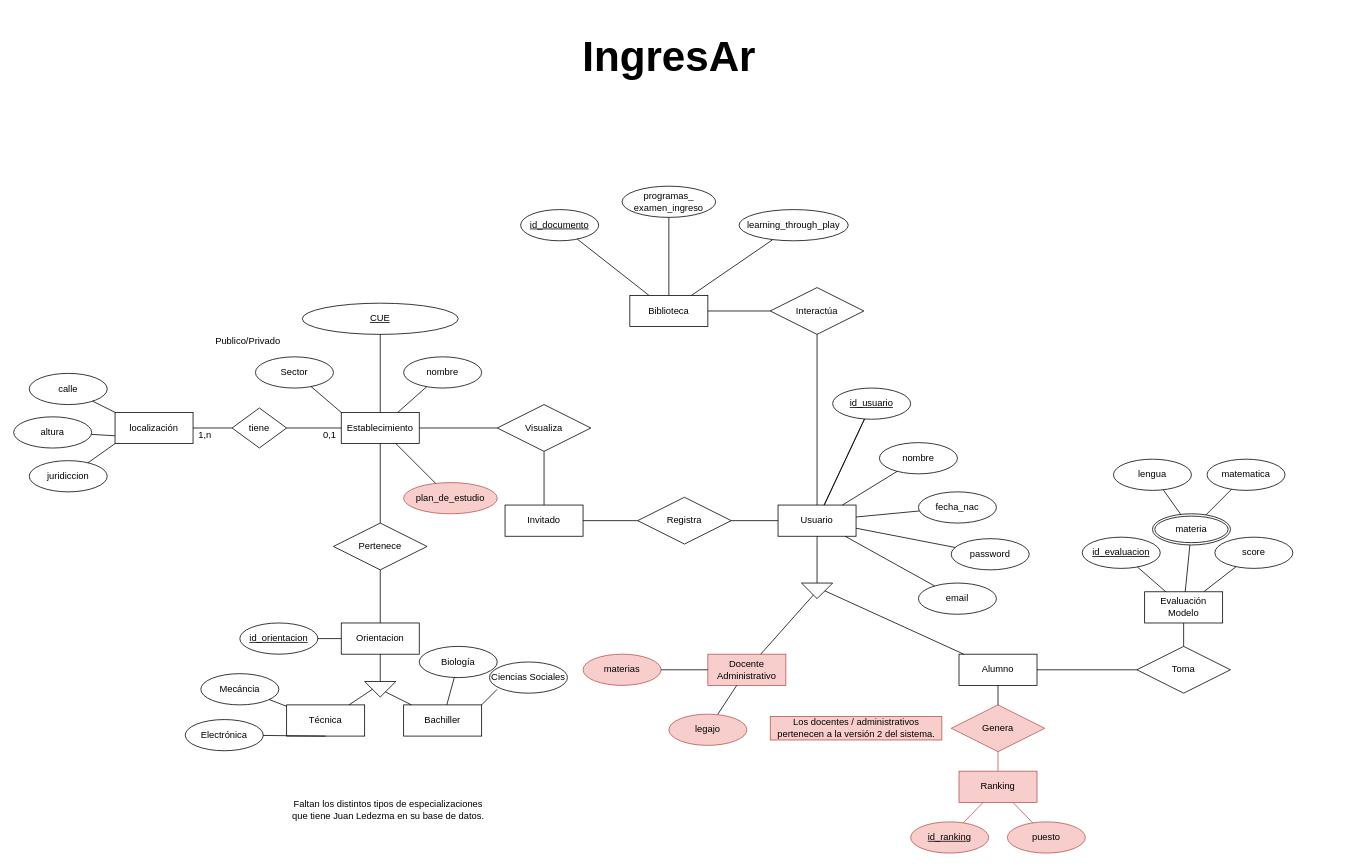
Ingres-Ar/Ingres.Ar keeps this draw.io diagram as page "MER" (1 of 3) of IngresAr.drawio. Above is the earlier version. Source tidied: cells renumbered, new cells numbered last; positions are measured from the earlier drawing's top-left corner, leaving out a move shared by most shapes. Both pictures are drawn from the tidied source at 78%, with x=0, y=0 at pixel (13, 13).
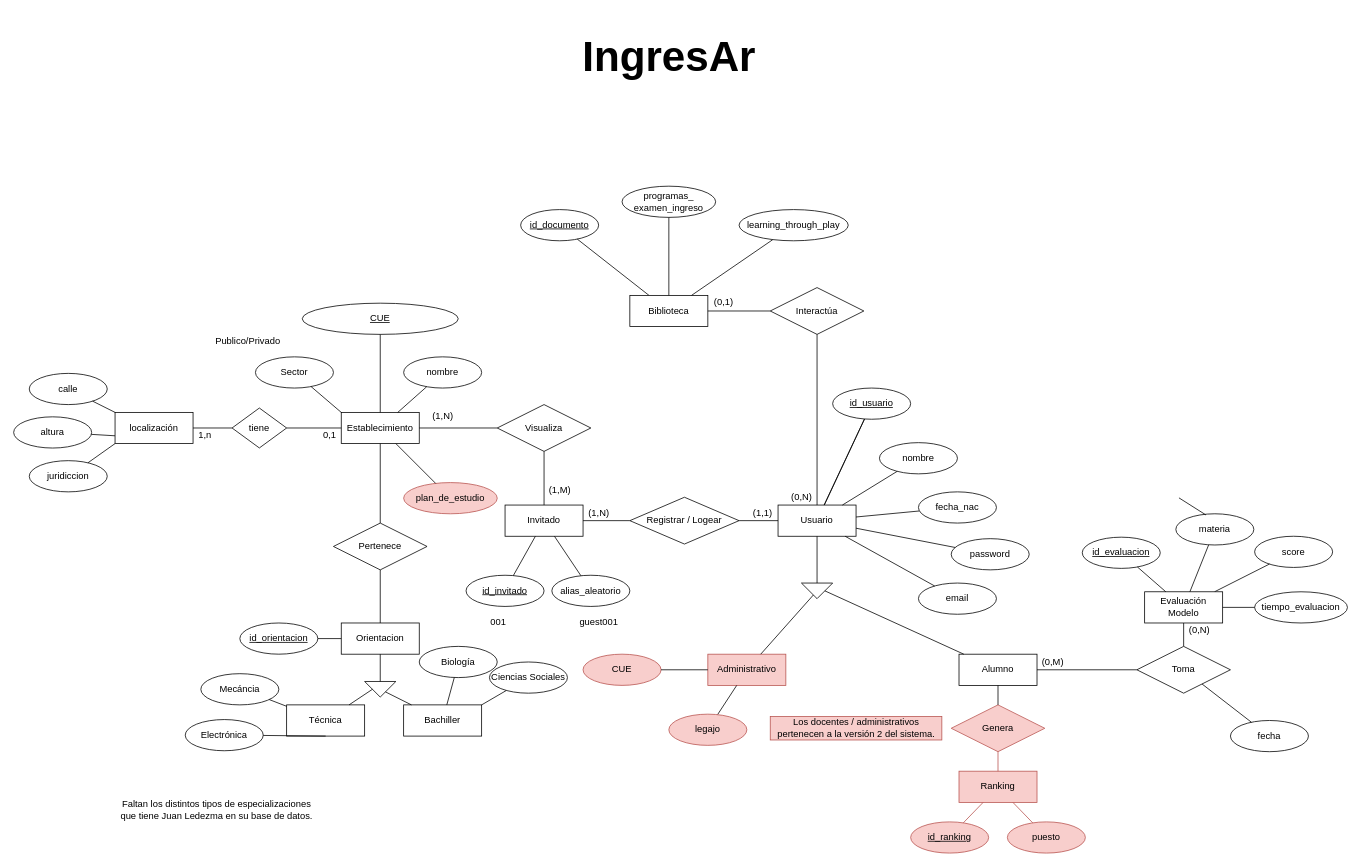
The same page after the edit.

Unchanged cells that the change refers to:
```xml
<mxCell id="14" value="Bachiller" style="whiteSpace=wrap;html=1;align=center;" parent="1" vertex="1">
  <mxGeometry x="500" y="886.2" width="100" height="40" as="geometry" />
</mxCell>
<mxCell id="22" value="Ciencias Sociales" style="ellipse;whiteSpace=wrap;html=1;align=center;" parent="1" vertex="1">
  <mxGeometry x="610" y="831.2" width="100" height="40" as="geometry" />
</mxCell>
<mxCell id="68" value="Evaluación Modelo" style="whiteSpace=wrap;html=1;align=center;" parent="1" vertex="1">
  <mxGeometry x="1450" y="741.2" width="100" height="40" as="geometry" />
</mxCell>
<mxCell id="69" value="Toma" style="shape=rhombus;perimeter=rhombusPerimeter;whiteSpace=wrap;html=1;align=center;" parent="1" vertex="1">
  <mxGeometry x="1440" y="811.2" width="120" height="60" as="geometry" />
</mxCell>
<mxCell id="90" value="Invitado" style="whiteSpace=wrap;html=1;align=center;" parent="1" vertex="1">
  <mxGeometry x="630" y="630" width="100" height="40" as="geometry" />
</mxCell>
```

What changed in the source:
```diff
@@
-    <mxCell id="6" value="Docente Administrativo" style="whiteSpace=wrap;html=1;align=center;fillColor=#f8cecc;strokeColor=#b85450;" parent="1" vertex="1">
+    <mxCell id="6" value="Administrativo" style="whiteSpace=wrap;html=1;align=center;fillColor=#f8cecc;strokeColor=#b85450;" parent="1" vertex="1">
       <mxGeometry x="890" y="821.2" width="100" height="40" as="geometry" />
     </mxCell>
@@
-    <mxCell id="26" style="endArrow=none;html=1;rounded=0;exitX=0.097;exitY=0.881;exitDx=0;exitDy=0;entryX=1;entryY=0;entryDx=0;entryDy=0;exitPerimeter=0;" parent="1" edge="1" source="22" target="14">
+    <mxCell id="26" style="endArrow=none;html=1;rounded=0;entryX=1;entryY=0;entryDx=0;entryDy=0;" parent="1" edge="1" source="22" target="14">
       <mxGeometry relative="1" as="geometry" />
     </mxCell>
@@
-    <mxCell id="33" value="materias" style="ellipse;whiteSpace=wrap;html=1;align=center;fillColor=#f8cecc;strokeColor=#b85450;" parent="1" vertex="1">
+    <mxCell id="33" value="CUE" style="ellipse;whiteSpace=wrap;html=1;align=center;fillColor=#f8cecc;strokeColor=#b85450;" parent="1" vertex="1">
       <mxGeometry x="730" y="821.2" width="100" height="40" as="geometry" />
     </mxCell>
@@
     <mxCell id="59" value="Faltan los distintos tipos de especializaciones&lt;br&gt;que tiene Juan Ledezma en su base de datos." style="text;html=1;align=center;verticalAlign=middle;" parent="1" vertex="1">
-      <mxGeometry x="350" y="1006.2" width="260" height="30" as="geometry" />
+      <mxGeometry x="130" y="1006.2" width="260" height="30" as="geometry" />
     </mxCell>
@@
     <mxCell id="65" value="score" style="ellipse;whiteSpace=wrap;html=1;align=center;" parent="1" vertex="1">
-      <mxGeometry x="1540" y="671.2" width="100" height="40" as="geometry" />
+      <mxGeometry x="1591" y="670" width="100" height="40" as="geometry" />
     </mxCell>
@@
-    <mxCell id="73" style="endArrow=none;html=1;rounded=0;" parent="1" edge="1" target="68">
-      <mxGeometry relative="1" as="geometry">
-        <mxPoint x="1508" y="681.2" as="sourcePoint" />
-      </mxGeometry>
+    <mxCell id="73" style="endArrow=none;html=1;rounded=0;" parent="1" edge="1" source="75" target="68">
+      <mxGeometry relative="1" as="geometry" />
     </mxCell>
-    <mxCell id="74" value="materia" style="ellipse;shape=doubleEllipse;margin=3;whiteSpace=wrap;html=1;align=center;" parent="1" vertex="1">
-      <mxGeometry x="1460" y="641.2" width="100" height="40" as="geometry" />
-    </mxCell>
-    <mxCell id="75" value="lengua" style="ellipse;whiteSpace=wrap;html=1;align=center;" parent="1" vertex="1">
-      <mxGeometry x="1410" y="571.2" width="100" height="40" as="geometry" />
+    <mxCell id="75" value="materia" style="ellipse;whiteSpace=wrap;html=1;align=center;" parent="1" vertex="1">
+      <mxGeometry x="1490" y="641.2" width="100" height="40" as="geometry" />
     </mxCell>
-    <mxCell id="76" value="matematica" style="ellipse;whiteSpace=wrap;html=1;align=center;" parent="1" vertex="1">
-      <mxGeometry x="1530" y="571.2" width="100" height="40" as="geometry" />
-    </mxCell>
-    <mxCell id="77" style="endArrow=none;html=1;rounded=0;" parent="1" edge="1" source="75" target="74">
-      <mxGeometry relative="1" as="geometry" />
-    </mxCell>
-    <mxCell id="78" style="endArrow=none;html=1;rounded=0;" parent="1" edge="1" source="76" target="74">
-      <mxGeometry relative="1" as="geometry" />
+    <mxCell id="78" style="endArrow=none;html=1;rounded=0;" parent="1" edge="1">
+      <mxGeometry relative="1" as="geometry">
+        <mxPoint x="1494" y="620.8" as="sourcePoint" />
+        <mxPoint x="1528.6" y="642.7" as="targetPoint" />
+      </mxGeometry>
     </mxCell>
@@
-    <mxCell id="93" value="Registra" style="shape=rhombus;perimeter=rhombusPerimeter;whiteSpace=wrap;html=1;align=center;" parent="1" vertex="1">
-      <mxGeometry x="800" y="620" width="120" height="60" as="geometry" />
+    <mxCell id="93" value="Registrar / Logear" style="shape=rhombus;perimeter=rhombusPerimeter;whiteSpace=wrap;html=1;align=center;" parent="1" vertex="1">
+      <mxGeometry x="790" y="620" width="140" height="60" as="geometry" />
     </mxCell>
@@
+    <mxCell id="108" value="(0,1)" style="text;html=1;align=center;verticalAlign=middle;" parent="1" vertex="1">
+      <mxGeometry x="890" y="360" width="40" height="20" as="geometry" />
+    </mxCell>
+    <mxCell id="109" value="(0,N)" style="text;html=1;align=center;verticalAlign=middle;" parent="1" vertex="1">
+      <mxGeometry x="990" y="610" width="40" height="20" as="geometry" />
+    </mxCell>
+    <mxCell id="110" value="(0,N)" style="text;html=1;align=center;verticalAlign=middle;" parent="1" vertex="1">
+      <mxGeometry x="1500" y="781.2" width="40" height="20" as="geometry" />
+    </mxCell>
+    <mxCell id="111" value="(0,M)" style="text;html=1;align=center;verticalAlign=middle;" parent="1" vertex="1">
+      <mxGeometry x="1312" y="821.2" width="40" height="20" as="geometry" />
+    </mxCell>
+    <mxCell id="112" value="(1,N)" style="text;html=1;align=center;verticalAlign=middle;" parent="1" vertex="1">
+      <mxGeometry x="530" y="505.6" width="40" height="20" as="geometry" />
+    </mxCell>
+    <mxCell id="113" value="(1,M)" style="text;html=1;align=center;verticalAlign=middle;" parent="1" vertex="1">
+      <mxGeometry x="680" y="601.2" width="40" height="20" as="geometry" />
+    </mxCell>
+    <mxCell id="114" value="(1,1)" style="text;html=1;align=center;verticalAlign=middle;" parent="1" vertex="1">
+      <mxGeometry x="940" y="630" width="40" height="20" as="geometry" />
+    </mxCell>
+    <mxCell id="115" value="(1,N)" style="text;html=1;align=center;verticalAlign=middle;" parent="1" vertex="1">
+      <mxGeometry x="730" y="630" width="40" height="20" as="geometry" />
+    </mxCell>
+    <mxCell id="116" value="id_invitado" style="ellipse;whiteSpace=wrap;html=1;align=center;fontStyle=4;" parent="1" vertex="1">
+      <mxGeometry x="580" y="720" width="100" height="40" as="geometry" />
+    </mxCell>
+    <mxCell id="117" value="alias_aleatorio" style="ellipse;whiteSpace=wrap;html=1;align=center;" parent="1" vertex="1">
+      <mxGeometry x="690" y="720" width="100" height="40" as="geometry" />
+    </mxCell>
+    <mxCell id="118" style="endArrow=none;html=1;rounded=0;" parent="1" edge="1" source="116" target="90">
+      <mxGeometry relative="1" as="geometry" />
+    </mxCell>
+    <mxCell id="119" style="endArrow=none;html=1;rounded=0;" parent="1" edge="1" source="117" target="90">
+      <mxGeometry relative="1" as="geometry" />
+    </mxCell>
+    <mxCell id="120" value="001" style="text;html=1;align=center;verticalAlign=middle;" parent="1" vertex="1">
+      <mxGeometry x="601" y="770" width="40" height="20" as="geometry" />
+    </mxCell>
+    <mxCell id="121" value="guest001" style="text;html=1;align=center;verticalAlign=middle;" parent="1" vertex="1">
+      <mxGeometry x="720" y="770" width="60" height="20" as="geometry" />
+    </mxCell>
+    <mxCell id="122" value="tiempo_evaluacion" style="ellipse;whiteSpace=wrap;html=1;align=center;" parent="1" vertex="1">
+      <mxGeometry x="1591" y="741.2" width="119" height="40" as="geometry" />
+    </mxCell>
+    <mxCell id="123" style="endArrow=none;html=1;rounded=0;" parent="1" edge="1" source="68" target="122">
+      <mxGeometry relative="1" as="geometry" />
+    </mxCell>
+    <mxCell id="124" value="fecha" style="ellipse;whiteSpace=wrap;html=1;align=center;" parent="1" vertex="1">
+      <mxGeometry x="1560" y="906.2" width="100" height="40" as="geometry" />
+    </mxCell>
+    <mxCell id="125" style="endArrow=none;html=1;rounded=0;" parent="1" edge="1" source="124" target="69">
+      <mxGeometry relative="1" as="geometry" />
+    </mxCell>
```
